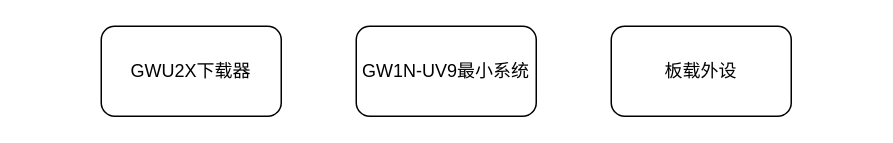
zeandon/draw.io keeps this draw.io diagram as 硬件模块化设计.drawio. Above is the earlier version. Source tidied: cells renumbered, new cells numbered last; positions are measured from the earlier drawing's top-left corner, leaving out a move shared by most shapes. Both pictures are drawn from the tidied source at 150%, with x=0, y=0 at pixel (100, 26).
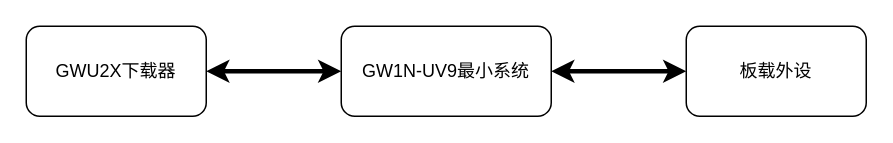
The same page after the edit.

Commit message (it also covers changes not shown here):
更新硬件模块化设计.drawio

What changed in the source:
```diff
@@
 <mxGraphModel>
   <root>
     <mxCell id="0" />
     <mxCell id="1" parent="0" />
+    <mxCell id="5" style="edgeStyle=orthogonalEdgeStyle;rounded=0;jettySize=auto;html=1;startArrow=classic;startFill=1;strokeWidth=3;" parent="1" edge="1" source="2" target="3">
+      <mxGeometry relative="1" as="geometry" />
+    </mxCell>
     <mxCell id="2" value="GWU2X下载器" style="rounded=1;whiteSpace=wrap;html=1;" parent="1" vertex="1">
-      <mxGeometry width="120" height="60" as="geometry" />
+      <mxGeometry x="-50" width="120" height="60" as="geometry" />
     </mxCell>
+    <mxCell id="6" style="edgeStyle=orthogonalEdgeStyle;rounded=0;jettySize=auto;html=1;startArrow=classic;startFill=1;strokeWidth=3;" parent="1" edge="1" source="3" target="4">
+      <mxGeometry relative="1" as="geometry">
+        <Array as="points">
+          <mxPoint x="320" y="30" />
+          <mxPoint x="320" y="30" />
+        </Array>
+      </mxGeometry>
+    </mxCell>
     <mxCell id="3" value="GW1N-UV9最小系统" style="rounded=1;whiteSpace=wrap;html=1;" parent="1" vertex="1">
-      <mxGeometry x="170" width="120" height="60" as="geometry" />
+      <mxGeometry x="160" width="140" height="60" as="geometry" />
     </mxCell>
     <mxCell id="4" value="板载外设" style="rounded=1;whiteSpace=wrap;html=1;" parent="1" vertex="1">
-      <mxGeometry x="340" width="120" height="60" as="geometry" />
+      <mxGeometry x="390" width="120" height="60" as="geometry" />
     </mxCell>
   </root>
 </mxGraphModel>
```
